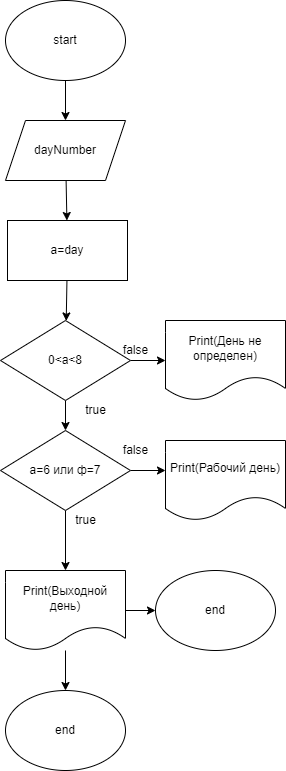
Above: Work7/7.drawio.png in Mari745/Homework (draw.io), before the change. Source tidied: cells renumbered, new cells last; positions are measured from the earlier drawing's top-left corner, leaving out a move shared by most shapes.
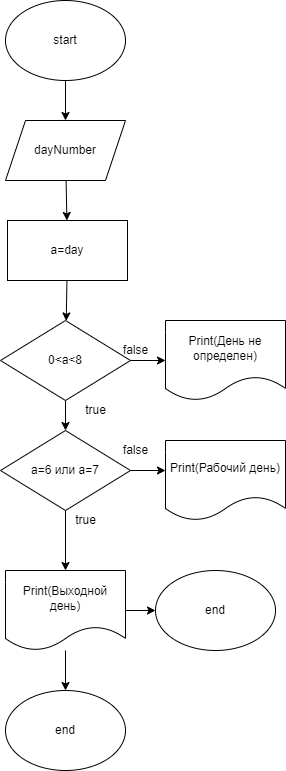
After the change.

Commit message:
Внесены корректировки в файл 7.drawio

What changed in the source:
```diff
@@ -37,7 +37,7 @@
         <mxPoint x="165" y="470" as="targetPoint" />
       </mxGeometry>
     </mxCell>
-    <mxCell id="13" value="а=6 или ф=7" style="rhombus;whiteSpace=wrap;html=1;" parent="1" vertex="1">
+    <mxCell id="13" value="а=6 или a=7" style="rhombus;whiteSpace=wrap;html=1;" parent="1" vertex="1">
       <mxGeometry y="430" width="130" height="80" as="geometry" />
     </mxCell>
     <mxCell id="14" style="edgeStyle=none;html=1;" parent="1" edge="1" source="16" target="23">
```
